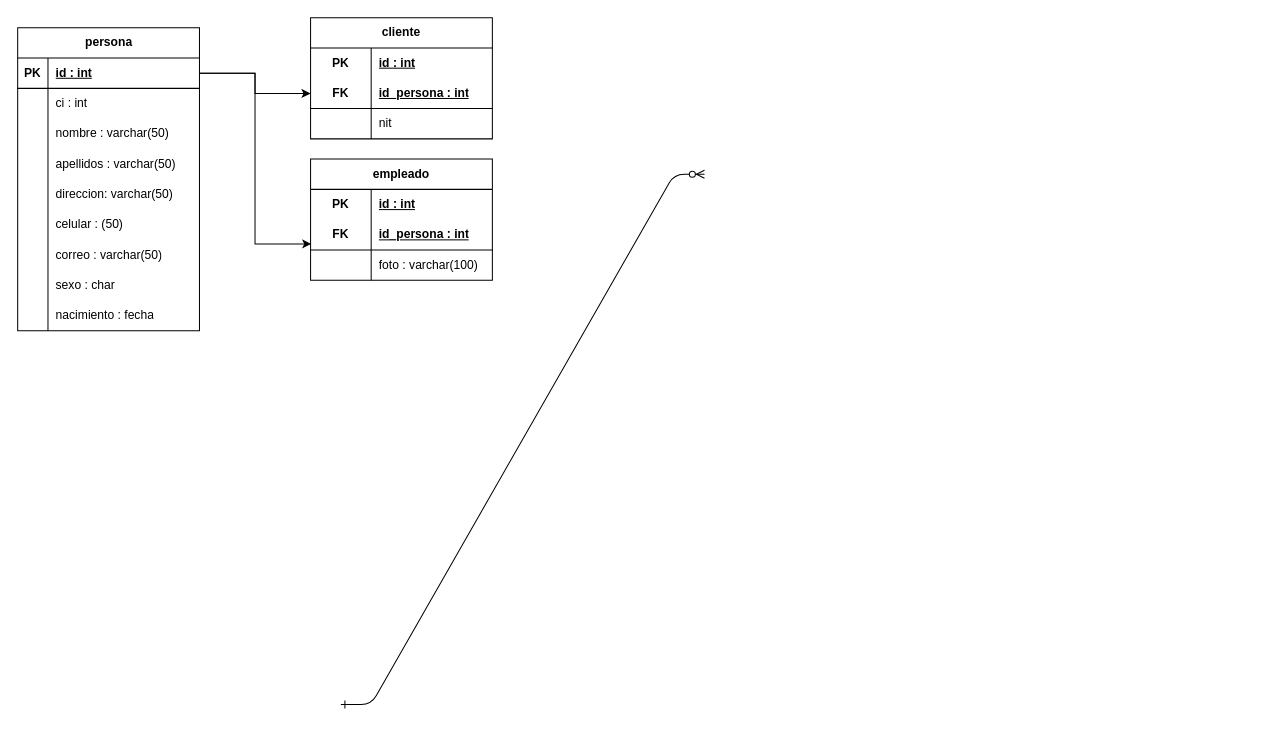
This is Diagrama sin título.drawio from szubelza93/software, a draw.io file, before an edit. Source tidied: cells renumbered, new cells numbered last; positions are measured from the earlier drawing's top-left corner, leaving out a move shared by most shapes. Both pictures are drawn from the tidied source at 101%, with x=0, y=0 at pixel (17, 17).
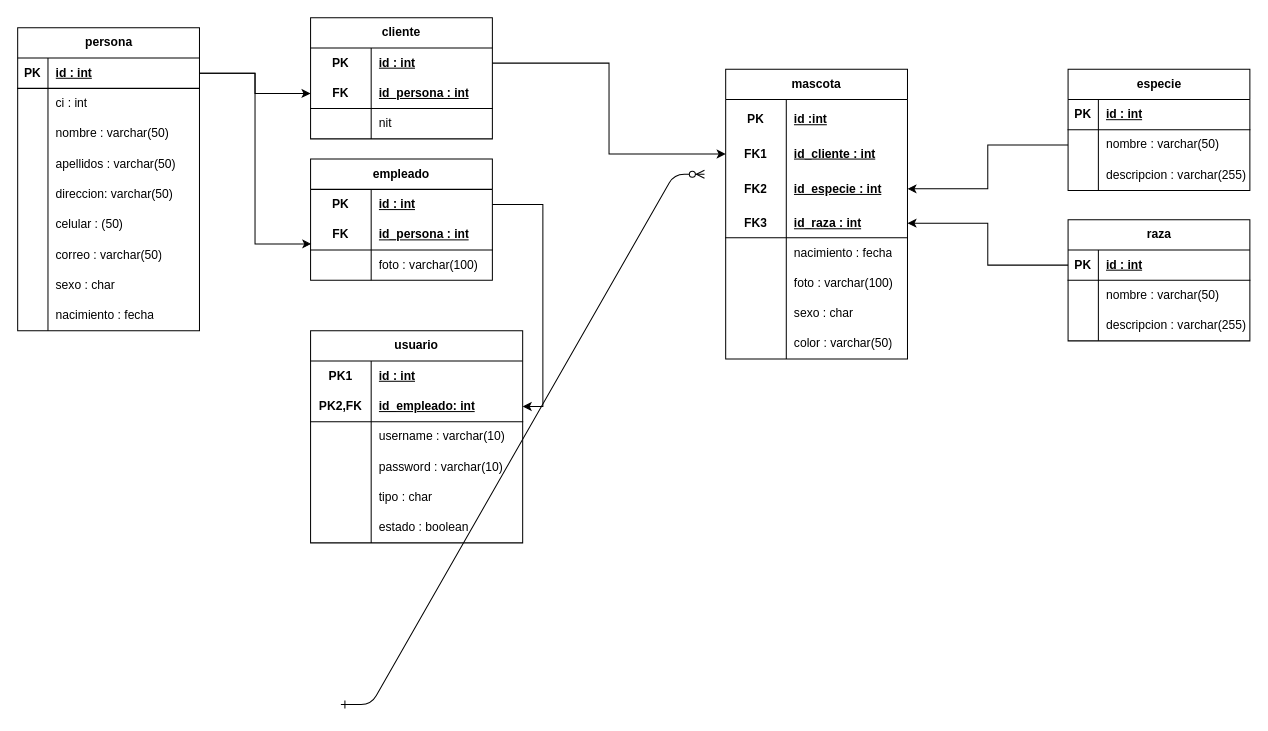
The same diagram, later.

Unchanged cells that the change refers to:
```xml
<mxCell id="32" style="shape=tableRow;horizontal=0;startSize=0;swimlaneHead=0;swimlaneBody=0;fillColor=none;points=[[0,0.5],[1,0.5]];portConstraint=eastwest;top=0;left=0;right=0;bottom=0;html=1;" parent="31" vertex="1">
  <mxGeometry y="30" width="180" height="30" as="geometry" />
</mxCell>
<mxCell id="43" style="shape=tableRow;horizontal=0;startSize=0;swimlaneHead=0;swimlaneBody=0;fillColor=none;points=[[0,0.5],[1,0.5]];portConstraint=eastwest;top=0;left=0;right=0;bottom=0;html=1;" parent="42" vertex="1">
  <mxGeometry y="30" width="180" height="30" as="geometry" />
</mxCell>
```

What changed in the source:
```diff
@@
+    <mxCell id="53" value="usuario" style="shape=table;startSize=30;childLayout=tableLayout;rowLines=0;fontStyle=1;align=center;html=1;whiteSpace=wrap;" parent="1" vertex="1">
+      <mxGeometry x="290" y="310" width="210" height="210" as="geometry" />
+    </mxCell>
+    <mxCell id="54" style="shape=tableRow;horizontal=0;startSize=0;swimlaneHead=0;swimlaneBody=0;fillColor=none;top=0;left=0;right=0;bottom=0;html=1;" parent="53" vertex="1">
+      <mxGeometry y="30" width="210" height="30" as="geometry" />
+    </mxCell>
+    <mxCell id="55" value="PK1" style="shape=partialRectangle;fillColor=none;top=0;left=0;bottom=0;right=0;fontStyle=1;overflow=hidden;html=1;whiteSpace=wrap;" parent="54" vertex="1">
+      <mxGeometry width="60" height="30" as="geometry" />
+    </mxCell>
+    <mxCell id="56" value="id : int" style="shape=partialRectangle;fillColor=none;top=0;left=0;bottom=0;right=0;align=left;spacingLeft=6;fontStyle=5;overflow=hidden;html=1;whiteSpace=wrap;" parent="54" vertex="1">
+      <mxGeometry x="60" width="150" height="30" as="geometry" />
+    </mxCell>
+    <mxCell id="57" style="shape=tableRow;horizontal=0;startSize=0;swimlaneHead=0;swimlaneBody=0;fillColor=none;points=[[0,0.5],[1,0.5]];portConstraint=eastwest;top=0;left=0;right=0;bottom=1;html=1;" parent="53" vertex="1">
+      <mxGeometry y="60" width="210" height="30" as="geometry" />
+    </mxCell>
+    <mxCell id="58" value="PK2,FK" style="shape=partialRectangle;fillColor=none;top=0;left=0;bottom=0;right=0;fontStyle=1;overflow=hidden;html=1;whiteSpace=wrap;" parent="57" vertex="1">
+      <mxGeometry width="60" height="30" as="geometry" />
+    </mxCell>
+    <mxCell id="59" value="id_empleado: int" style="shape=partialRectangle;fillColor=none;top=0;left=0;bottom=0;right=0;align=left;spacingLeft=6;fontStyle=5;overflow=hidden;html=1;whiteSpace=wrap;" parent="57" vertex="1">
+      <mxGeometry x="60" width="150" height="30" as="geometry" />
+    </mxCell>
+    <mxCell id="60" style="shape=tableRow;horizontal=0;startSize=0;swimlaneHead=0;swimlaneBody=0;fillColor=none;top=0;left=0;right=0;bottom=0;html=1;" parent="53" vertex="1">
+      <mxGeometry y="90" width="210" height="30" as="geometry" />
+    </mxCell>
+    <mxCell id="61" style="shape=partialRectangle;fillColor=none;top=0;left=0;bottom=0;right=0;overflow=hidden;html=1;whiteSpace=wrap;" parent="60" vertex="1">
+      <mxGeometry width="60" height="30" as="geometry" />
+    </mxCell>
+    <mxCell id="62" value="username : varchar(10)" style="shape=partialRectangle;fillColor=none;top=0;left=0;bottom=0;right=0;align=left;spacingLeft=6;overflow=hidden;html=1;whiteSpace=wrap;" parent="60" vertex="1">
+      <mxGeometry x="60" width="150" height="30" as="geometry" />
+    </mxCell>
+    <mxCell id="63" style="shape=tableRow;horizontal=0;startSize=0;swimlaneHead=0;swimlaneBody=0;fillColor=none;top=0;left=0;right=0;bottom=0;html=1;" parent="53" vertex="1">
+      <mxGeometry y="120" width="210" height="30" as="geometry" />
+    </mxCell>
+    <mxCell id="64" style="shape=partialRectangle;fillColor=none;top=0;left=0;bottom=0;right=0;overflow=hidden;html=1;whiteSpace=wrap;" parent="63" vertex="1">
+      <mxGeometry width="60" height="30" as="geometry" />
+    </mxCell>
+    <mxCell id="65" value="password : varchar(10)" style="shape=partialRectangle;fillColor=none;top=0;left=0;bottom=0;right=0;align=left;spacingLeft=6;overflow=hidden;html=1;whiteSpace=wrap;" parent="63" vertex="1">
+      <mxGeometry x="60" width="150" height="30" as="geometry" />
+    </mxCell>
+    <mxCell id="66" style="shape=tableRow;horizontal=0;startSize=0;swimlaneHead=0;swimlaneBody=0;fillColor=none;top=0;left=0;right=0;bottom=0;html=1;" parent="53" vertex="1">
+      <mxGeometry y="150" width="210" height="30" as="geometry" />
+    </mxCell>
+    <mxCell id="67" style="shape=partialRectangle;fillColor=none;top=0;left=0;bottom=0;right=0;overflow=hidden;html=1;whiteSpace=wrap;" parent="66" vertex="1">
+      <mxGeometry width="60" height="30" as="geometry" />
+    </mxCell>
+    <mxCell id="68" value="tipo : char" style="shape=partialRectangle;fillColor=none;top=0;left=0;bottom=0;right=0;align=left;spacingLeft=6;overflow=hidden;html=1;whiteSpace=wrap;" parent="66" vertex="1">
+      <mxGeometry x="60" width="150" height="30" as="geometry" />
+    </mxCell>
+    <mxCell id="69" style="shape=tableRow;horizontal=0;startSize=0;swimlaneHead=0;swimlaneBody=0;fillColor=none;top=0;left=0;right=0;bottom=0;html=1;" parent="53" vertex="1">
+      <mxGeometry y="180" width="210" height="30" as="geometry" />
+    </mxCell>
+    <mxCell id="70" style="shape=partialRectangle;fillColor=none;top=0;left=0;bottom=0;right=0;overflow=hidden;html=1;whiteSpace=wrap;" parent="69" vertex="1">
+      <mxGeometry width="60" height="30" as="geometry" />
+    </mxCell>
+    <mxCell id="71" value="estado : boolean" style="shape=partialRectangle;fillColor=none;top=0;left=0;bottom=0;right=0;align=left;spacingLeft=6;overflow=hidden;html=1;whiteSpace=wrap;" parent="69" vertex="1">
+      <mxGeometry x="60" width="150" height="30" as="geometry" />
+    </mxCell>
+    <mxCell id="72" style="edgeStyle=orthogonalEdgeStyle;rounded=0;jettySize=auto;html=1;entryX=1;entryY=0.5;entryDx=0;entryDy=0;" parent="1" edge="1" source="43" target="57">
+      <mxGeometry relative="1" as="geometry" />
+    </mxCell>
+    <mxCell id="73" value="mascota" style="shape=table;startSize=30;childLayout=tableLayout;rowLines=0;fontStyle=1;align=center;html=1;whiteSpace=wrap;" parent="1" vertex="1">
+      <mxGeometry x="701" y="51" width="180" height="287" as="geometry" />
+    </mxCell>
+    <mxCell id="74" style="shape=tableRow;horizontal=0;startSize=0;swimlaneHead=0;swimlaneBody=0;fillColor=none;top=0;left=0;right=0;bottom=0;html=1;" parent="73" vertex="1">
+      <mxGeometry y="30" width="180" height="39" as="geometry" />
+    </mxCell>
+    <mxCell id="75" value="PK" style="shape=partialRectangle;fillColor=none;top=0;left=0;bottom=0;right=0;fontStyle=1;overflow=hidden;html=1;whiteSpace=wrap;" parent="74" vertex="1">
+      <mxGeometry width="60" height="39" as="geometry" />
+    </mxCell>
+    <mxCell id="76" value="id :int" style="shape=partialRectangle;fillColor=none;top=0;left=0;bottom=0;right=0;align=left;spacingLeft=6;fontStyle=5;overflow=hidden;html=1;whiteSpace=wrap;" parent="74" vertex="1">
+      <mxGeometry x="60" width="120" height="39" as="geometry" />
+    </mxCell>
+    <mxCell id="77" style="shape=tableRow;horizontal=0;startSize=0;swimlaneHead=0;swimlaneBody=0;fillColor=none;points=[[0,0.5],[1,0.5]];portConstraint=eastwest;top=0;left=0;right=0;bottom=0;html=1;" parent="73" vertex="1">
+      <mxGeometry y="69" width="180" height="30" as="geometry" />
+    </mxCell>
+    <mxCell id="78" value="FK1" style="shape=partialRectangle;fillColor=none;top=0;left=0;bottom=0;right=0;fontStyle=1;overflow=hidden;html=1;whiteSpace=wrap;" parent="77" vertex="1">
+      <mxGeometry width="60" height="30" as="geometry" />
+    </mxCell>
+    <mxCell id="79" value="id_cliente : int" style="shape=partialRectangle;fillColor=none;top=0;left=0;bottom=0;right=0;align=left;spacingLeft=6;fontStyle=5;overflow=hidden;html=1;whiteSpace=wrap;" parent="77" vertex="1">
+      <mxGeometry x="60" width="120" height="30" as="geometry" />
+    </mxCell>
+    <mxCell id="80" style="shape=tableRow;horizontal=0;startSize=0;swimlaneHead=0;swimlaneBody=0;fillColor=none;points=[[0,0.5],[1,0.5]];portConstraint=eastwest;top=0;left=0;right=0;bottom=0;html=1;" parent="73" vertex="1">
+      <mxGeometry y="99" width="180" height="39" as="geometry" />
+    </mxCell>
+    <mxCell id="81" value="FK2" style="shape=partialRectangle;fillColor=none;top=0;left=0;bottom=0;right=0;fontStyle=1;overflow=hidden;html=1;whiteSpace=wrap;" parent="80" vertex="1">
+      <mxGeometry width="60" height="39" as="geometry" />
+    </mxCell>
+    <mxCell id="82" value="id_especie : int" style="shape=partialRectangle;fillColor=none;top=0;left=0;bottom=0;right=0;align=left;spacingLeft=6;fontStyle=5;overflow=hidden;html=1;whiteSpace=wrap;" parent="80" vertex="1">
+      <mxGeometry x="60" width="120" height="39" as="geometry" />
+    </mxCell>
+    <mxCell id="83" style="shape=tableRow;horizontal=0;startSize=0;swimlaneHead=0;swimlaneBody=0;fillColor=none;points=[[0,0.5],[1,0.5]];portConstraint=eastwest;top=0;left=0;right=0;bottom=1;html=1;" parent="73" vertex="1">
+      <mxGeometry y="138" width="180" height="29" as="geometry" />
+    </mxCell>
+    <mxCell id="84" value="FK3" style="shape=partialRectangle;fillColor=none;top=0;left=0;bottom=0;right=0;fontStyle=1;overflow=hidden;html=1;whiteSpace=wrap;" parent="83" vertex="1">
+      <mxGeometry width="60" height="29" as="geometry" />
+    </mxCell>
+    <mxCell id="85" value="id_raza : int" style="shape=partialRectangle;fillColor=none;top=0;left=0;bottom=0;right=0;align=left;spacingLeft=6;fontStyle=5;overflow=hidden;html=1;whiteSpace=wrap;" parent="83" vertex="1">
+      <mxGeometry x="60" width="120" height="29" as="geometry" />
+    </mxCell>
+    <mxCell id="86" style="shape=tableRow;horizontal=0;startSize=0;swimlaneHead=0;swimlaneBody=0;fillColor=none;top=0;left=0;right=0;bottom=0;html=1;" parent="73" vertex="1">
+      <mxGeometry y="167" width="180" height="30" as="geometry" />
+    </mxCell>
+    <mxCell id="87" style="shape=partialRectangle;fillColor=none;top=0;left=0;bottom=0;right=0;overflow=hidden;html=1;whiteSpace=wrap;" parent="86" vertex="1">
+      <mxGeometry width="60" height="30" as="geometry" />
+    </mxCell>
+    <mxCell id="88" value="nacimiento : fecha" style="shape=partialRectangle;fillColor=none;top=0;left=0;bottom=0;right=0;align=left;spacingLeft=6;overflow=hidden;html=1;whiteSpace=wrap;" parent="86" vertex="1">
+      <mxGeometry x="60" width="120" height="30" as="geometry" />
+    </mxCell>
+    <mxCell id="89" style="shape=tableRow;horizontal=0;startSize=0;swimlaneHead=0;swimlaneBody=0;fillColor=none;top=0;left=0;right=0;bottom=0;html=1;" parent="73" vertex="1">
+      <mxGeometry y="197" width="180" height="30" as="geometry" />
+    </mxCell>
+    <mxCell id="90" style="shape=partialRectangle;fillColor=none;top=0;left=0;bottom=0;right=0;overflow=hidden;html=1;whiteSpace=wrap;" parent="89" vertex="1">
+      <mxGeometry width="60" height="30" as="geometry" />
+    </mxCell>
+    <mxCell id="91" value="foto : varchar(100)" style="shape=partialRectangle;fillColor=none;top=0;left=0;bottom=0;right=0;align=left;spacingLeft=6;overflow=hidden;html=1;whiteSpace=wrap;" parent="89" vertex="1">
+      <mxGeometry x="60" width="120" height="30" as="geometry" />
+    </mxCell>
+    <mxCell id="92" style="shape=tableRow;horizontal=0;startSize=0;swimlaneHead=0;swimlaneBody=0;fillColor=none;top=0;left=0;right=0;bottom=0;html=1;" parent="73" vertex="1">
+      <mxGeometry y="227" width="180" height="30" as="geometry" />
+    </mxCell>
+    <mxCell id="93" style="shape=partialRectangle;fillColor=none;top=0;left=0;bottom=0;right=0;overflow=hidden;html=1;whiteSpace=wrap;" parent="92" vertex="1">
+      <mxGeometry width="60" height="30" as="geometry" />
+    </mxCell>
+    <mxCell id="94" value="sexo : char" style="shape=partialRectangle;fillColor=none;top=0;left=0;bottom=0;right=0;align=left;spacingLeft=6;overflow=hidden;html=1;whiteSpace=wrap;" parent="92" vertex="1">
+      <mxGeometry x="60" width="120" height="30" as="geometry" />
+    </mxCell>
+    <mxCell id="95" style="shape=tableRow;horizontal=0;startSize=0;swimlaneHead=0;swimlaneBody=0;fillColor=none;top=0;left=0;right=0;bottom=0;html=1;" parent="73" vertex="1">
+      <mxGeometry y="257" width="180" height="30" as="geometry" />
+    </mxCell>
+    <mxCell id="96" style="shape=partialRectangle;fillColor=none;top=0;left=0;bottom=0;right=0;overflow=hidden;html=1;whiteSpace=wrap;" parent="95" vertex="1">
+      <mxGeometry width="60" height="30" as="geometry" />
+    </mxCell>
+    <mxCell id="97" value="color : varchar(50)" style="shape=partialRectangle;fillColor=none;top=0;left=0;bottom=0;right=0;align=left;spacingLeft=6;overflow=hidden;html=1;whiteSpace=wrap;" parent="95" vertex="1">
+      <mxGeometry x="60" width="120" height="30" as="geometry" />
+    </mxCell>
+    <mxCell id="98" style="edgeStyle=orthogonalEdgeStyle;rounded=0;jettySize=auto;html=1;entryX=0;entryY=0.5;entryDx=0;entryDy=0;" parent="1" edge="1" source="32" target="77">
+      <mxGeometry relative="1" as="geometry" />
+    </mxCell>
+    <mxCell id="99" value="especie" style="shape=table;startSize=30;childLayout=tableLayout;rowLines=0;fontStyle=1;align=center;html=1;" parent="1" vertex="1">
+      <mxGeometry x="1040" y="51" width="180" height="120" as="geometry" />
+    </mxCell>
+    <mxCell id="100" style="shape=tableRow;horizontal=0;startSize=0;swimlaneHead=0;swimlaneBody=0;fillColor=none;top=0;left=0;right=0;bottom=1;" parent="99" vertex="1">
+      <mxGeometry y="30" width="180" height="30" as="geometry" />
+    </mxCell>
+    <mxCell id="101" value="PK" style="shape=partialRectangle;fillColor=none;top=0;left=0;bottom=0;right=0;fontStyle=1;overflow=hidden;whiteSpace=wrap;html=1;" parent="100" vertex="1">
+      <mxGeometry width="30" height="30" as="geometry" />
+    </mxCell>
+    <mxCell id="102" value="id : int" style="shape=partialRectangle;fillColor=none;top=0;left=0;bottom=0;right=0;align=left;spacingLeft=6;fontStyle=5;overflow=hidden;whiteSpace=wrap;html=1;" parent="100" vertex="1">
+      <mxGeometry x="30" width="150" height="30" as="geometry" />
+    </mxCell>
+    <mxCell id="103" style="shape=tableRow;horizontal=0;startSize=0;swimlaneHead=0;swimlaneBody=0;fillColor=none;points=[[0,0.5],[1,0.5]];portConstraint=eastwest;top=0;left=0;right=0;bottom=0;" parent="99" vertex="1">
+      <mxGeometry y="60" width="180" height="30" as="geometry" />
+    </mxCell>
+    <mxCell id="104" style="shape=partialRectangle;fillColor=none;top=0;left=0;bottom=0;right=0;overflow=hidden;whiteSpace=wrap;html=1;" parent="103" vertex="1">
+      <mxGeometry width="30" height="30" as="geometry" />
+    </mxCell>
+    <mxCell id="105" value="nombre : varchar(50)" style="shape=partialRectangle;fillColor=none;top=0;left=0;bottom=0;right=0;align=left;spacingLeft=6;overflow=hidden;whiteSpace=wrap;html=1;" parent="103" vertex="1">
+      <mxGeometry x="30" width="150" height="30" as="geometry" />
+    </mxCell>
+    <mxCell id="106" style="shape=tableRow;horizontal=0;startSize=0;swimlaneHead=0;swimlaneBody=0;fillColor=none;top=0;left=0;right=0;bottom=0;" parent="99" vertex="1">
+      <mxGeometry y="90" width="180" height="30" as="geometry" />
+    </mxCell>
+    <mxCell id="107" style="shape=partialRectangle;fillColor=none;top=0;left=0;bottom=0;right=0;overflow=hidden;whiteSpace=wrap;html=1;" parent="106" vertex="1">
+      <mxGeometry width="30" height="30" as="geometry" />
+    </mxCell>
+    <mxCell id="108" value="descripcion : varchar(255)" style="shape=partialRectangle;fillColor=none;top=0;left=0;bottom=0;right=0;align=left;spacingLeft=6;overflow=hidden;whiteSpace=wrap;html=1;" parent="106" vertex="1">
+      <mxGeometry x="30" width="150" height="30" as="geometry" />
+    </mxCell>
+    <mxCell id="109" value="raza" style="shape=table;startSize=30;childLayout=tableLayout;rowLines=0;fontStyle=1;align=center;html=1;" parent="1" vertex="1">
+      <mxGeometry x="1040" y="200" width="180" height="120" as="geometry" />
+    </mxCell>
+    <mxCell id="110" style="shape=tableRow;horizontal=0;startSize=0;swimlaneHead=0;swimlaneBody=0;fillColor=none;points=[[0,0.5],[1,0.5]];portConstraint=eastwest;top=0;left=0;right=0;bottom=1;" parent="109" vertex="1">
+      <mxGeometry y="30" width="180" height="30" as="geometry" />
+    </mxCell>
+    <mxCell id="111" value="PK" style="shape=partialRectangle;fillColor=none;top=0;left=0;bottom=0;right=0;fontStyle=1;overflow=hidden;whiteSpace=wrap;html=1;" parent="110" vertex="1">
+      <mxGeometry width="30" height="30" as="geometry" />
+    </mxCell>
+    <mxCell id="112" value="id : int" style="shape=partialRectangle;fillColor=none;top=0;left=0;bottom=0;right=0;align=left;spacingLeft=6;fontStyle=5;overflow=hidden;whiteSpace=wrap;html=1;" parent="110" vertex="1">
+      <mxGeometry x="30" width="150" height="30" as="geometry" />
+    </mxCell>
+    <mxCell id="113" style="shape=tableRow;horizontal=0;startSize=0;swimlaneHead=0;swimlaneBody=0;fillColor=none;top=0;left=0;right=0;bottom=0;" parent="109" vertex="1">
+      <mxGeometry y="60" width="180" height="30" as="geometry" />
+    </mxCell>
+    <mxCell id="114" style="shape=partialRectangle;fillColor=none;top=0;left=0;bottom=0;right=0;overflow=hidden;whiteSpace=wrap;html=1;" parent="113" vertex="1">
+      <mxGeometry width="30" height="30" as="geometry" />
+    </mxCell>
+    <mxCell id="115" value="nombre : varchar(50)" style="shape=partialRectangle;fillColor=none;top=0;left=0;bottom=0;right=0;align=left;spacingLeft=6;overflow=hidden;whiteSpace=wrap;html=1;" parent="113" vertex="1">
+      <mxGeometry x="30" width="150" height="30" as="geometry" />
+    </mxCell>
+    <mxCell id="116" style="shape=tableRow;horizontal=0;startSize=0;swimlaneHead=0;swimlaneBody=0;fillColor=none;top=0;left=0;right=0;bottom=0;" parent="109" vertex="1">
+      <mxGeometry y="90" width="180" height="30" as="geometry" />
+    </mxCell>
+    <mxCell id="117" style="shape=partialRectangle;fillColor=none;top=0;left=0;bottom=0;right=0;overflow=hidden;whiteSpace=wrap;html=1;" parent="116" vertex="1">
+      <mxGeometry width="30" height="30" as="geometry" />
+    </mxCell>
+    <mxCell id="118" value="descripcion : varchar(255)" style="shape=partialRectangle;fillColor=none;top=0;left=0;bottom=0;right=0;align=left;spacingLeft=6;overflow=hidden;whiteSpace=wrap;html=1;" parent="116" vertex="1">
+      <mxGeometry x="30" width="150" height="30" as="geometry" />
+    </mxCell>
+    <mxCell id="119" style="edgeStyle=orthogonalEdgeStyle;rounded=0;jettySize=auto;html=1;exitX=0;exitY=0.5;exitDx=0;exitDy=0;entryX=1;entryY=0.5;entryDx=0;entryDy=0;" parent="1" edge="1" source="103" target="80">
+      <mxGeometry relative="1" as="geometry" />
+    </mxCell>
+    <mxCell id="120" style="edgeStyle=orthogonalEdgeStyle;rounded=0;jettySize=auto;html=1;entryX=1;entryY=0.5;entryDx=0;entryDy=0;" parent="1" edge="1" source="110" target="83">
+      <mxGeometry relative="1" as="geometry" />
+    </mxCell>
```
